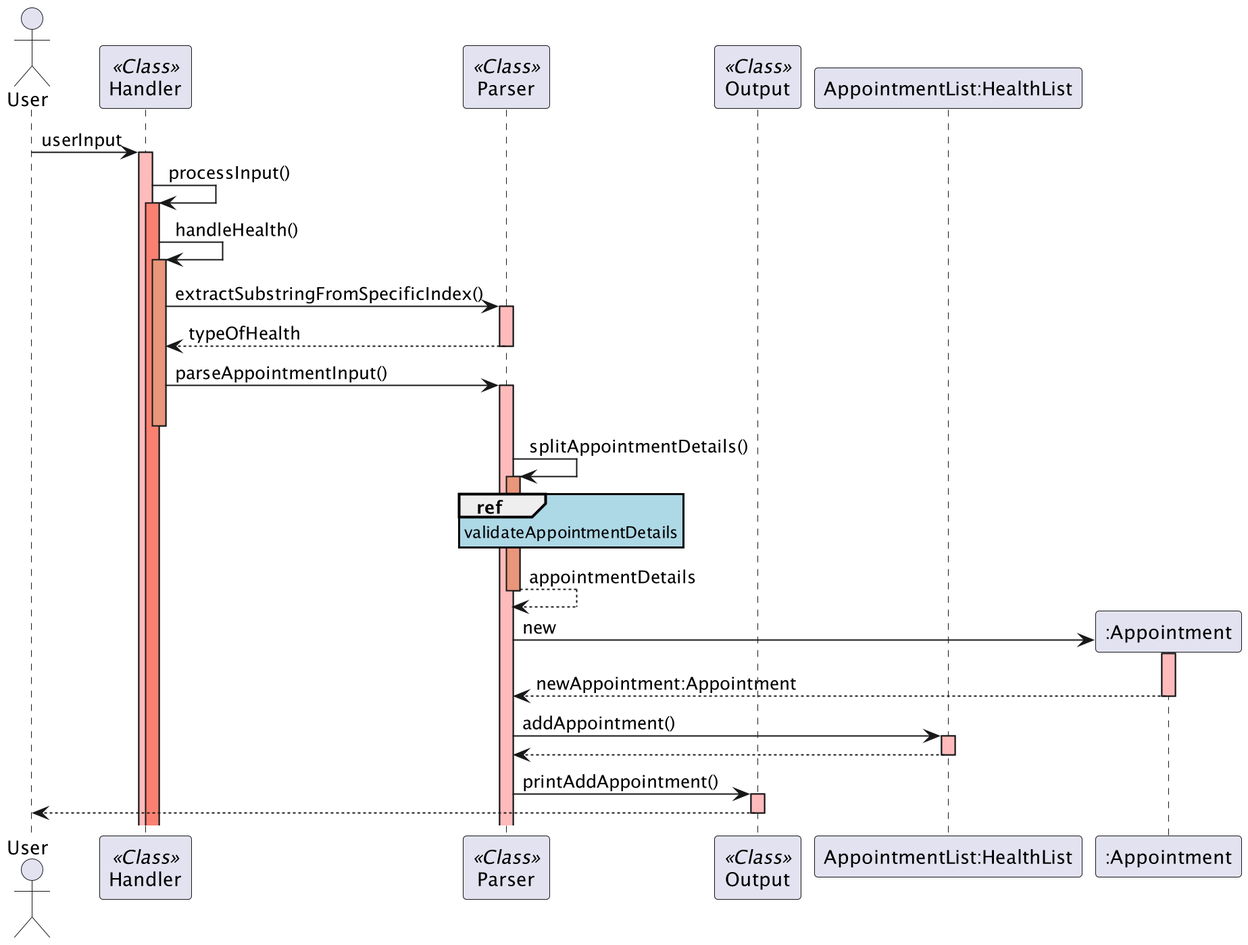
This is docs/img/sequence_diagrams/appointment_sequence.png from rouvinerh/tp, a PlantUML export, as it was before one commit. Its source is kept beside it as docs/puml/sequence_diagrams/appointment_sequence.puml. Source of this version:
```plantuml
@startuml
skinparam sequenceReferenceBackgroundColor lightblue
actor User
participant Handler as Handler << Class >>
participant Parser as Parser << Class >>
participant Output as Output << Class >>
participant "AppointmentList:HealthList" as AppointmentList

User -> Handler: userInput
activate Handler #FFBBBB
Handler -> Handler : processInput()
activate Handler #Salmon
Handler -> Handler : handleHealth()

activate Handler #DarkSalmon
Handler -> Parser  : extractSubstringFromSpecificIndex()
activate Parser  #FFBBBB
Parser  --> Handler : typeOfHealth
deactivate Parser  #FFBBBB

Handler -> Parser : parseAppointmentInput()
activate Parser  #FFBBBB
deactivate Handler #DarkSalmon
Parser -> Parser : splitAppointmentDetails()
ref over Parser: validateAppointmentDetails

activate Parser  #DarkSalmon
Parser --> Parser : appointmentDetails
deactivate Parser  #DarkSalmon

Parser -> ":Appointment" **: new
activate ":Appointment" #FFBBBB
":Appointment" --> Parser: newAppointment:Appointment
deactivate ":Appointment" #FFBBBB
Parser -> AppointmentList : addAppointment()
activate AppointmentList  #FFBBBB
AppointmentList --> Parser :
deactivate AppointmentList  #FFBBBB

Parser -> Output : printAddAppointment()
activate Output #FFBBBB
Output --> User:
deactivate Output #FFBBBB
@enduml
```
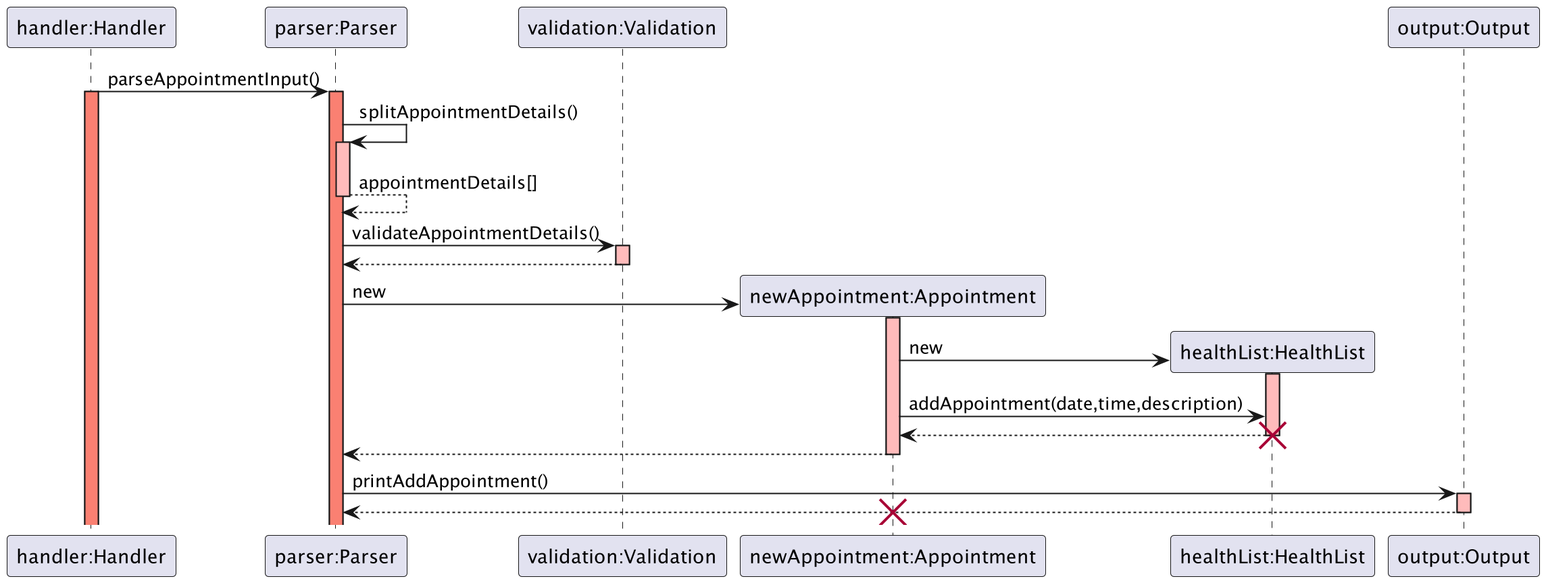
After the change.

Commit message:
Update sequence diagrams for Bmi and Period

What changed in the source:
```diff
@@ -1,44 +1,45 @@
 @startuml
+
 skinparam sequenceReferenceBackgroundColor lightblue
-actor User
-participant Handler as Handler << Class >>
-participant Parser as Parser << Class >>
-participant Output as Output << Class >>
-participant "AppointmentList:HealthList" as AppointmentList
+participant "handler:Handler" as Handler
+participant "parser:Parser" as Parser
+participant "validation:Validation" as Validation
+participant "newAppointment:Appointment" as Appointment
+participant "healthList:HealthList" as HealthList
+participant "output:Output" as Output
 
-User -> Handler: userInput
-activate Handler #FFBBBB
-Handler -> Handler : processInput()
-activate Handler #Salmon
-Handler -> Handler : handleHealth()
+Handler -> Parser: parseAppointmentInput()
+activate Handler #salmon
+activate Parser #salmon
 
-activate Handler #DarkSalmon
-Handler -> Parser  : extractSubstringFromSpecificIndex()
-activate Parser  #FFBBBB
-Parser  --> Handler : typeOfHealth
-deactivate Parser  #FFBBBB
+Parser -> Parser: splitAppointmentDetails()
+activate Parser #FFBBBB
+Parser --> Parser: appointmentDetails[]
+deactivate Parser #FFBBBB
 
-Handler -> Parser : parseAppointmentInput()
-activate Parser  #FFBBBB
-deactivate Handler #DarkSalmon
-Parser -> Parser : splitAppointmentDetails()
-ref over Parser: validateAppointmentDetails
+Parser -> Validation: validateAppointmentDetails()
+activate Validation #FFBBBB
+Validation --> Parser:
+deactivate Validation
 
-activate Parser  #DarkSalmon
-Parser --> Parser : appointmentDetails
-deactivate Parser  #DarkSalmon
+Parser -> Appointment **: new
+activate Appointment #FFBBBB
 
-Parser -> ":Appointment" **: new
-activate ":Appointment" #FFBBBB
-":Appointment" --> Parser: newAppointment:Appointment
-deactivate ":Appointment" #FFBBBB
-Parser -> AppointmentList : addAppointment()
-activate AppointmentList  #FFBBBB
-AppointmentList --> Parser :
-deactivate AppointmentList  #FFBBBB
+Appointment -> HealthList **: new
+activate HealthList #FFBBBB
+Appointment -> HealthList: addAppointment(date,time,description)
+HealthList --> Appointment:
+deactivate HealthList #FFBBBB
+destroy HealthList
+Appointment --> Parser:
+deactivate Appointment #FFBBBB
 
-Parser -> Output : printAddAppointment()
+
+
+Parser -> Output: printAddAppointment()
 activate Output #FFBBBB
-Output --> User:
+Output --> Parser:
+destroy Appointment
 deactivate Output #FFBBBB
+
 @enduml
```
